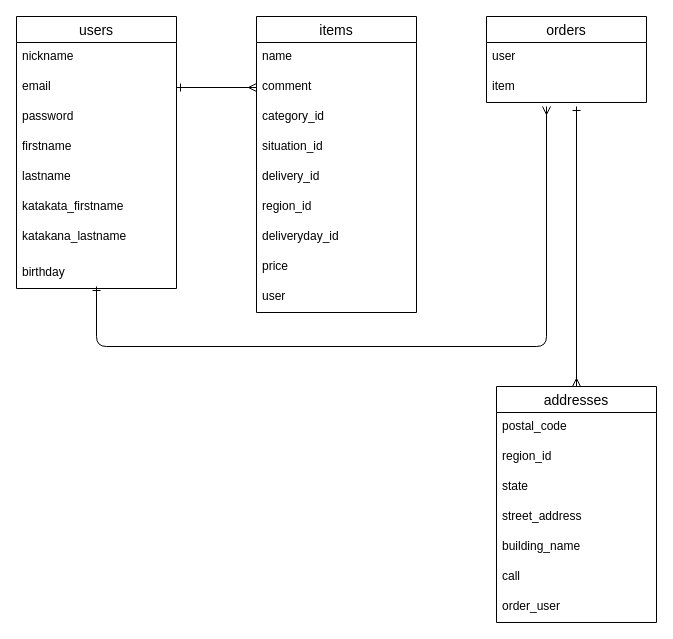
This is ER.dio from RiRi318/furima41235, a draw.io file, before an edit. Source tidied: cells renumbered, new cells numbered last; positions are measured from the earlier drawing's top-left corner, leaving out a move shared by most shapes. Both pictures are drawn from the tidied source at 100%, with x=0, y=0 at pixel (16, 16).
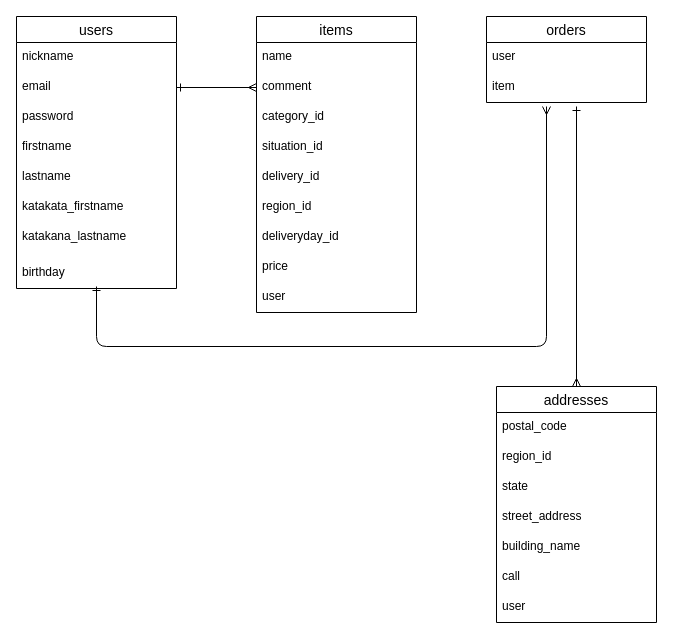
Above is the later version.

Commit message (it also covers changes not shown here):
READ MEの修正　６

Unchanged cells that the change refers to:
```xml
<mxCell id="26" value="addresses" style="swimlane;fontStyle=0;horizontal=1;startSize=26;align=center;fontSize=14;" parent="1" vertex="1">
  <mxGeometry x="480" y="370" width="160" height="236" as="geometry" />
</mxCell>
```

What changed in the source:
```diff
@@
-    <mxCell id="33" value="order_user" style="text;strokeColor=none;fillColor=none;spacingLeft=4;spacingRight=4;overflow=hidden;fontSize=12;" parent="26" vertex="1">
+    <mxCell id="33" value="user" style="text;strokeColor=none;fillColor=none;spacingLeft=4;spacingRight=4;overflow=hidden;fontSize=12;" parent="26" vertex="1">
       <mxGeometry y="206" width="160" height="30" as="geometry" />
     </mxCell>
```
